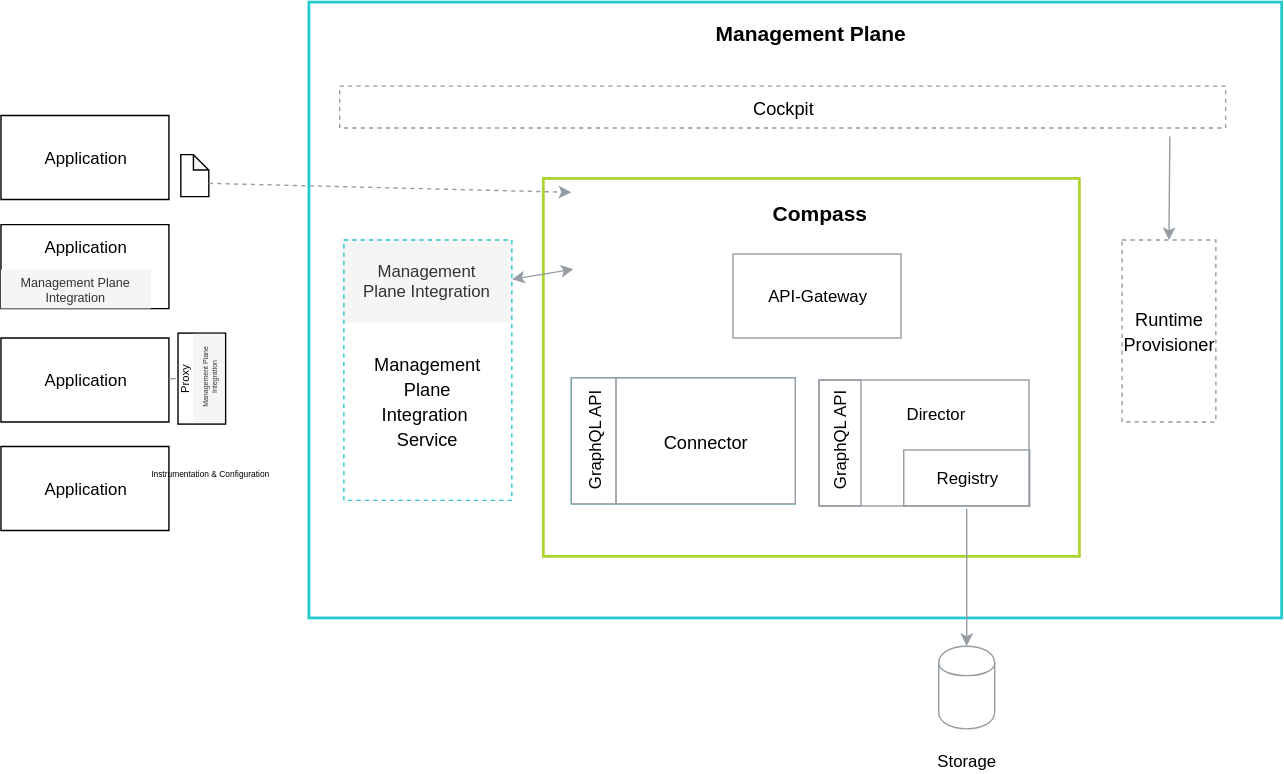
Earlier version of the draw.io export docs/compass/assets/components.svg (kyma-project/kyma). Source tidied: cells renumbered, new cells last; positions are measured from the earlier drawing's top-left corner, leaving out a move shared by most shapes.
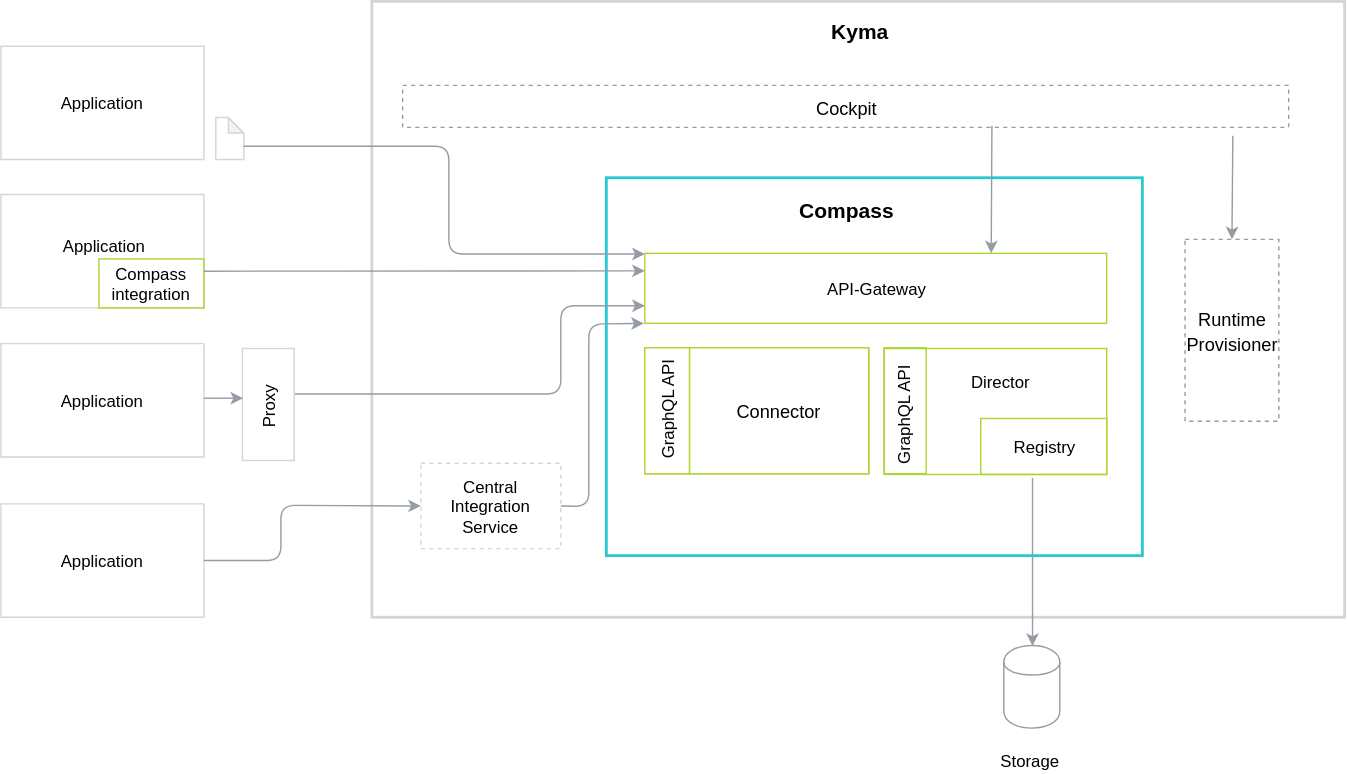
After the change.

Commit message:
Update components description

The edit, as a diff of the source:
```diff
@@ -2,116 +2,148 @@
   <root>
     <mxCell id="0" />
     <mxCell id="1" parent="0" />
-    <mxCell id="2" style="rounded=0;whiteSpace=wrap;html=1;labelBackgroundColor=none;strokeColor=#24CACC;strokeWidth=2;fillColor=#FFFFFF;gradientColor=none;fontFamily=Helvetica;fontSize=15;fontColor=#000000;" parent="1" vertex="1">
-      <mxGeometry x="220" width="695" height="440" as="geometry" />
+    <mxCell id="2" style="rounded=0;whiteSpace=wrap;html=1;labelBackgroundColor=none;strokeColor=#D2D5D9;strokeWidth=2;fillColor=#FFFFFF;gradientColor=none;fontFamily=Helvetica;fontSize=15;fontColor=#000000;" parent="1" vertex="1">
+      <mxGeometry x="-140" y="-200.5" width="695" height="440" as="geometry" />
     </mxCell>
-    <mxCell id="3" value="Management&lt;br&gt;Plane Integration&lt;br&gt;" style="rounded=0;whiteSpace=wrap;html=1;fillColor=#f5f5f5;strokeColor=none;fontColor=#333333;" parent="1" vertex="1">
-      <mxGeometry x="243" y="169" width="123" height="60" as="geometry" />
-    </mxCell>
-    <mxCell id="4" style="rounded=0;whiteSpace=wrap;html=1;labelBackgroundColor=none;strokeColor=#ACD62F;strokeWidth=2;fillColor=#FFFFFF;gradientColor=none;fontFamily=Helvetica;fontSize=15;fontColor=#000000;" parent="1" vertex="1">
-      <mxGeometry x="387.5" y="126" width="383" height="270" as="geometry" />
+    <mxCell id="4" style="rounded=0;whiteSpace=wrap;html=1;labelBackgroundColor=none;strokeColor=#24CACC;strokeWidth=2;fillColor=#FFFFFF;gradientColor=none;fontFamily=Helvetica;fontSize=15;fontColor=#000000;" parent="1" vertex="1">
+      <mxGeometry x="27.5" y="-74.5" width="383" height="270" as="geometry" />
     </mxCell>
-    <mxCell id="5" style="group;strokeColor=#24CACC;" parent="1" vertex="1">
-      <mxGeometry x="407.5" y="268.5" width="160" height="90" as="geometry" />
+    <mxCell id="5" style="group;strokeColor=#ACD62F;" parent="1" vertex="1">
+      <mxGeometry x="55" y="47" width="160" height="90" as="geometry" />
     </mxCell>
-    <mxCell id="6" value="&lt;font style=&quot;font-size: 12px;&quot;&gt;GraphQL API&lt;br style=&quot;font-size: 12px;&quot;&gt;&lt;/font&gt;" style="rounded=0;whiteSpace=wrap;html=1;labelBackgroundColor=none;strokeColor=#959CA4;strokeWidth=1;fillColor=#FFFFFF;gradientColor=none;fontFamily=Helvetica;fontSize=12;fontColor=#000000;horizontal=0;" parent="5" vertex="1">
+    <mxCell id="6" value="&lt;font style=&quot;font-size: 12px;&quot;&gt;GraphQL API&lt;br style=&quot;font-size: 12px;&quot;&gt;&lt;/font&gt;" style="rounded=0;whiteSpace=wrap;html=1;labelBackgroundColor=none;strokeColor=#ACD62F;strokeWidth=1;fillColor=#FFFFFF;gradientColor=none;fontFamily=Helvetica;fontSize=12;fontColor=#000000;horizontal=0;" parent="5" vertex="1">
       <mxGeometry width="32" height="90" as="geometry" />
     </mxCell>
-    <mxCell id="7" value="&lt;font style=&quot;font-size: 13px&quot;&gt;Connector&lt;br&gt;&lt;/font&gt;" style="rounded=0;whiteSpace=wrap;html=1;labelBackgroundColor=none;strokeColor=#959CA4;strokeWidth=1;fillColor=#FFFFFF;gradientColor=none;fontFamily=Helvetica;fontSize=15;fontColor=#000000;" parent="5" vertex="1">
+    <mxCell id="7" value="&lt;font style=&quot;font-size: 13px&quot;&gt;Connector&lt;br&gt;&lt;/font&gt;" style="rounded=0;whiteSpace=wrap;html=1;labelBackgroundColor=none;strokeColor=#ACD62F;strokeWidth=1;fillColor=#FFFFFF;gradientColor=none;fontFamily=Helvetica;fontSize=15;fontColor=#000000;" parent="5" vertex="1">
       <mxGeometry x="32" width="128" height="90" as="geometry" />
     </mxCell>
     <mxCell id="8" value="&lt;b&gt;Compass&lt;br&gt;&lt;/b&gt;" style="text;html=1;strokeColor=none;fillColor=none;align=center;verticalAlign=middle;whiteSpace=wrap;rounded=0;labelBackgroundColor=none;fontFamily=Helvetica;fontSize=15;fontColor=#000000;" parent="1" vertex="1">
-      <mxGeometry x="479" y="132" width="211" height="37" as="geometry" />
+      <mxGeometry x="93" y="-70" width="211" height="37" as="geometry" />
     </mxCell>
     <mxCell id="9" style="group;" parent="1" vertex="1">
-      <mxGeometry x="670" y="460.2" width="40" height="91" as="geometry" />
+      <mxGeometry x="310" y="259.7" width="40" height="91" as="geometry" />
     </mxCell>
     <mxCell id="10" style="shape=cylinder;whiteSpace=wrap;html=1;boundedLbl=1;backgroundOutline=1;strokeColor=#959CA4;fontSize=15;fillColor=none;" parent="9" vertex="1">
-      <mxGeometry width="40" height="59" as="geometry" />
+      <mxGeometry x="1.5" width="40" height="59" as="geometry" />
     </mxCell>
     <mxCell id="11" value="&lt;font style=&quot;font-size: 12px&quot;&gt;Storage&lt;br&gt;&lt;/font&gt;" style="text;html=1;strokeColor=none;fillColor=none;align=center;verticalAlign=middle;whiteSpace=wrap;rounded=0;dashed=1;labelBackgroundColor=none;fontFamily=Helvetica;fontSize=15;fontColor=#000000;" parent="9" vertex="1">
       <mxGeometry y="71" width="40" height="20" as="geometry" />
     </mxCell>
     <mxCell id="12" value="&lt;font style=&quot;font-size: 13px&quot;&gt;Cockpit&lt;br&gt;&lt;/font&gt;" style="rounded=0;whiteSpace=wrap;html=1;labelBackgroundColor=none;strokeColor=#959CA4;strokeWidth=1;fillColor=#FFFFFF;gradientColor=none;fontFamily=Helvetica;fontSize=15;fontColor=#000000;dashed=1;" parent="1" vertex="1">
-      <mxGeometry x="242" y="60" width="633" height="30" as="geometry" />
+      <mxGeometry x="-118" y="-140.5" width="633" height="30" as="geometry" />
     </mxCell>
-    <mxCell id="13" value="&lt;b&gt;Management Plane&lt;br&gt;&lt;/b&gt;" style="text;html=1;strokeColor=none;fillColor=none;align=center;verticalAlign=middle;whiteSpace=wrap;rounded=0;labelBackgroundColor=none;fontFamily=Helvetica;fontSize=15;fontColor=#000000;" parent="1" vertex="1">
-      <mxGeometry x="510" y="3" width="138" height="37" as="geometry" />
+    <mxCell id="13" value="&lt;b&gt;Kyma&lt;br&gt;&lt;/b&gt;" style="text;html=1;strokeColor=none;fillColor=none;align=center;verticalAlign=middle;whiteSpace=wrap;rounded=0;labelBackgroundColor=none;fontFamily=Helvetica;fontSize=15;fontColor=#000000;" parent="1" vertex="1">
+      <mxGeometry x="138.5" y="-197.5" width="138" height="37" as="geometry" />
     </mxCell>
-    <mxCell id="14" style="edgeStyle=orthogonalEdgeStyle;jettySize=auto;html=1;entryX=0.5;entryY=0;entryDx=0;entryDy=0;startFill=0;strokeColor=#959CA4;strokeWidth=1;fontSize=15;exitX=0.703;exitY=1.022;exitDx=0;exitDy=0;exitPerimeter=0;" parent="1" edge="1" source="32" target="10">
-      <mxGeometry relative="1" as="geometry" />
+    <mxCell id="14" style="edgeStyle=orthogonalEdgeStyle;jettySize=auto;html=1;entryX=0.5;entryY=0;entryDx=0;entryDy=0;startFill=0;strokeColor=#959CA4;strokeWidth=1;fontSize=15;" parent="1" edge="1" target="10">
+      <mxGeometry relative="1" as="geometry">
+        <mxPoint x="332" y="139.5" as="sourcePoint" />
+        <Array as="points">
+          <mxPoint x="332" y="139.5" />
+        </Array>
+      </mxGeometry>
     </mxCell>
     <mxCell id="15" style="rounded=1;jettySize=auto;html=1;exitX=0.5;exitY=0;exitDx=0;exitDy=0;entryX=0.937;entryY=1.2;entryDx=0;entryDy=0;entryPerimeter=0;startArrow=classic;startFill=1;endArrow=none;endFill=0;strokeColor=#959CA4;" parent="1" edge="1" source="16" target="12">
       <mxGeometry relative="1" as="geometry" />
     </mxCell>
     <mxCell id="16" value="&lt;font style=&quot;font-size: 13px&quot;&gt;Runtime Provisioner&lt;br&gt;&lt;/font&gt;" style="rounded=0;whiteSpace=wrap;html=1;labelBackgroundColor=none;strokeColor=#959CA4;strokeWidth=1;fillColor=#FFFFFF;gradientColor=none;fontFamily=Helvetica;fontSize=15;fontColor=#000000;dashed=1;" parent="1" vertex="1">
-      <mxGeometry x="801" y="170" width="67" height="130" as="geometry" />
+      <mxGeometry x="441" y="-30.5" width="67" height="130" as="geometry" />
     </mxCell>
-    <mxCell id="17" value="Application" style="shape=parallelogram;perimeter=parallelogramPerimeter;whiteSpace=wrap;html=1;size=0;" parent="1" vertex="1">
-      <mxGeometry y="81" width="120" height="60" as="geometry" />
+    <mxCell id="17" value="Application" style="shape=parallelogram;perimeter=parallelogramPerimeter;whiteSpace=wrap;html=1;size=0;strokeColor=#D2D5D9;" parent="1" vertex="1">
+      <mxGeometry x="-405" y="-168.5" width="145" height="81" as="geometry" />
     </mxCell>
-    <mxCell id="18" value="Application" style="shape=parallelogram;perimeter=parallelogramPerimeter;whiteSpace=wrap;html=1;size=0;" parent="1" vertex="1">
-      <mxGeometry y="317.5" width="120" height="60" as="geometry" />
-    </mxCell>
-    <mxCell id="19" value="&lt;font style=&quot;font-size: 13px&quot;&gt;Management&lt;br&gt;Plane&lt;br&gt;Integration&amp;nbsp;&lt;br&gt;Service&lt;br&gt;&lt;/font&gt;" style="rounded=0;whiteSpace=wrap;html=1;labelBackgroundColor=none;strokeColor=#24CACC;strokeWidth=1;fillColor=none;gradientColor=none;fontFamily=Helvetica;fontSize=15;fontColor=#000000;dashed=1;spacingTop=43;" parent="1" vertex="1">
-      <mxGeometry x="245" y="170" width="120" height="186" as="geometry" />
-    </mxCell>
-    <mxCell id="20" value="Application" style="shape=parallelogram;perimeter=parallelogramPerimeter;whiteSpace=wrap;html=1;size=0;" parent="1" vertex="1">
-      <mxGeometry y="240" width="120" height="60" as="geometry" />
-    </mxCell>
-    <mxCell id="21" style="group;" parent="1" vertex="1">
-      <mxGeometry y="159" width="120" height="60" as="geometry" />
-    </mxCell>
-    <mxCell id="22" value="Application" style="shape=parallelogram;perimeter=parallelogramPerimeter;whiteSpace=wrap;html=1;spacingBottom=28;size=0;" parent="21" vertex="1">
-      <mxGeometry width="120" height="60" as="geometry" />
-    </mxCell>
-    <mxCell id="23" value="Management Plane Integration" style="shape=parallelogram;perimeter=parallelogramPerimeter;whiteSpace=wrap;html=1;fillColor=#f5f5f5;fontSize=9;size=0;strokeColor=none;fontColor=#333333;" parent="21" vertex="1">
-      <mxGeometry y="32" width="107" height="28" as="geometry" />
-    </mxCell>
-    <mxCell id="24" value="Proxy" style="rounded=0;whiteSpace=wrap;html=1;fillColor=none;fontSize=8;rotation=-90;labelPosition=center;verticalLabelPosition=middle;align=center;verticalAlign=middle;spacingBottom=25;" parent="1" vertex="1">
-      <mxGeometry x="111" y="252" width="65" height="34" as="geometry" />
-    </mxCell>
-    <mxCell id="25" value="Management Plane&lt;br style=&quot;font-size: 5px;&quot;&gt;Integration&lt;br style=&quot;font-size: 5px;&quot;&gt;" style="rounded=0;whiteSpace=wrap;html=1;fillColor=#f5f5f5;fontSize=5;strokeColor=none;fontColor=#333333;rotation=-90;" parent="1" vertex="1">
-      <mxGeometry x="117" y="257.5" width="63" height="22" as="geometry" />
-    </mxCell>
-    <mxCell id="26" style="endArrow=classic;startArrow=classic;html=1;strokeColor=#959CA4;fontSize=8;exitX=1.002;exitY=0.151;exitDx=0;exitDy=0;exitPerimeter=0;" parent="1" edge="1" source="19">
-      <mxGeometry relative="1" as="geometry">
-        <mxPoint x="409" y="190.8" as="targetPoint" />
-      </mxGeometry>
-    </mxCell>
-    <mxCell id="27" style="shape=note;whiteSpace=wrap;html=1;backgroundOutline=1;darkOpacity=0.05;fillColor=none;fontSize=8;size=11;" parent="1" vertex="1">
-      <mxGeometry x="128.5" y="109" width="20" height="30" as="geometry" />
+    <mxCell id="27" style="shape=note;whiteSpace=wrap;html=1;backgroundOutline=1;darkOpacity=0.05;fillColor=none;fontSize=8;size=11;strokeColor=#D2D5D9;" parent="1" vertex="1">
+      <mxGeometry x="-251.5" y="-117.5" width="20" height="30" as="geometry" />
     </mxCell>
-    <mxCell id="28" style="endArrow=classic;html=1;strokeColor=#959CA4;fontSize=8;entryX=-0.01;entryY=0.038;entryDx=0;entryDy=0;entryPerimeter=0;dashed=1;exitX=0;exitY=0;exitDx=20;exitDy=20.5;exitPerimeter=0;" parent="1" edge="1" source="27">
-      <mxGeometry relative="1" as="geometry">
-        <mxPoint x="407.4" y="135.9" as="targetPoint" />
-      </mxGeometry>
-    </mxCell>
-    <mxCell id="29" style="endArrow=none;startArrow=none;html=1;strokeColor=#959CA4;fontSize=8;startFill=0;endFill=0;" parent="1" edge="1" source="20">
-      <mxGeometry relative="1" as="geometry">
-        <mxPoint x="125" y="269" as="targetPoint" />
-      </mxGeometry>
-    </mxCell>
-    <mxCell id="30" value="Instrumentation &amp;amp; Configuration&lt;br style=&quot;font-size: 6px;&quot;&gt;" style="text;html=1;strokeColor=none;fillColor=none;align=center;verticalAlign=middle;whiteSpace=wrap;rounded=0;fontSize=6;" parent="1" vertex="1">
-      <mxGeometry x="73.5" y="327.5" width="150" height="20" as="geometry" />
-    </mxCell>
-    <mxCell id="31" value="API-Gateway" style="rounded=0;whiteSpace=wrap;html=1;strokeColor=#959CA4;fillColor=none;" parent="1" vertex="1">
-      <mxGeometry x="523" y="180" width="120" height="60" as="geometry" />
+    <mxCell id="31" value="API-Gateway" style="rounded=0;whiteSpace=wrap;html=1;strokeColor=#ACD62F;fillColor=none;" parent="1" vertex="1">
+      <mxGeometry x="55" y="-20.5" width="330" height="50" as="geometry" />
     </mxCell>
-    <mxCell id="32" style="rounded=0;whiteSpace=wrap;html=1;strokeColor=#959CA4;fillColor=none;" parent="1" vertex="1">
-      <mxGeometry x="584.5" y="270" width="150" height="90" as="geometry" />
+    <mxCell id="32" style="rounded=0;whiteSpace=wrap;html=1;strokeColor=#ACD62F;fillColor=none;" parent="1" vertex="1">
+      <mxGeometry x="226" y="47.5" width="159" height="90" as="geometry" />
     </mxCell>
-    <mxCell id="33" value="Registry" style="rounded=0;whiteSpace=wrap;html=1;strokeColor=#959CA4;fillColor=none;" parent="1" vertex="1">
-      <mxGeometry x="645" y="320" width="90" height="40" as="geometry" />
+    <mxCell id="33" value="Registry" style="rounded=0;whiteSpace=wrap;html=1;strokeColor=#ACD62F;fillColor=none;" parent="1" vertex="1">
+      <mxGeometry x="295" y="97.5" width="90" height="40" as="geometry" />
     </mxCell>
     <mxCell id="34" value="Director" style="text;html=1;strokeColor=none;fillColor=none;align=center;verticalAlign=middle;whiteSpace=wrap;rounded=0;" parent="1" vertex="1">
-      <mxGeometry x="648" y="283.5" width="40" height="20" as="geometry" />
+      <mxGeometry x="289.5" y="60.5" width="40" height="20" as="geometry" />
     </mxCell>
-    <mxCell id="35" style="rounded=0;whiteSpace=wrap;html=1;strokeColor=#959CA4;fillColor=none;rotation=0;" parent="1" vertex="1">
-      <mxGeometry x="584.5" y="270" width="30" height="90" as="geometry" />
+    <mxCell id="35" style="rounded=0;whiteSpace=wrap;html=1;strokeColor=#ACD62F;fillColor=none;rotation=0;" parent="1" vertex="1">
+      <mxGeometry x="226" y="47" width="30" height="90" as="geometry" />
     </mxCell>
     <mxCell id="36" value="GraphQL API" style="text;html=1;strokeColor=none;fillColor=none;align=center;verticalAlign=middle;whiteSpace=wrap;rounded=0;rotation=-90;" parent="1" vertex="1">
-      <mxGeometry x="558.5" y="303.5" width="80" height="20" as="geometry" />
+      <mxGeometry x="200" y="85.5" width="80" height="20" as="geometry" />
     </mxCell>
+    <mxCell id="37" value="Central Integration&lt;br&gt;Service" style="rounded=0;whiteSpace=wrap;html=1;strokeColor=#D2D5D9;strokeWidth=1;dashed=1;" parent="1" vertex="1">
+      <mxGeometry x="-105" y="129.5" width="100" height="61" as="geometry" />
+    </mxCell>
+    <mxCell id="38" style="shape=parallelogram;perimeter=parallelogramPerimeter;whiteSpace=wrap;html=1;size=0;strokeColor=#D2D5D9;" parent="1" vertex="1">
+      <mxGeometry x="-405" y="-62.5" width="145" height="81" as="geometry" />
+    </mxCell>
+    <mxCell id="39" value="Application" style="shape=parallelogram;perimeter=parallelogramPerimeter;whiteSpace=wrap;html=1;size=0;strokeColor=#D2D5D9;" parent="1" vertex="1">
+      <mxGeometry x="-405" y="44" width="145" height="81" as="geometry" />
+    </mxCell>
+    <mxCell id="40" value="Application" style="shape=parallelogram;perimeter=parallelogramPerimeter;whiteSpace=wrap;html=1;size=0;strokeColor=#D2D5D9;" parent="1" vertex="1">
+      <mxGeometry x="-405" y="158.5" width="145" height="81" as="geometry" />
+    </mxCell>
+    <mxCell id="41" value="Compass&lt;br&gt;integration" style="rounded=0;whiteSpace=wrap;html=1;strokeColor=#ACD62F;strokeWidth=1;fillColor=none;" parent="1" vertex="1">
+      <mxGeometry x="-335" y="-16.5" width="75" height="35" as="geometry" />
+    </mxCell>
+    <mxCell id="42" value="Application" style="text;html=1;strokeColor=none;fillColor=none;align=center;verticalAlign=middle;whiteSpace=wrap;rounded=0;" parent="1" vertex="1">
+      <mxGeometry x="-352.5" y="-36" width="40" height="20" as="geometry" />
+    </mxCell>
+    <mxCell id="43" style="rounded=0;whiteSpace=wrap;html=1;strokeColor=#D2D5D9;strokeWidth=1;fillColor=none;spacing=4;" parent="1" vertex="1">
+      <mxGeometry x="-232.5" y="47.5" width="37" height="80" as="geometry" />
+    </mxCell>
+    <mxCell id="24" value="Proxy" style="text;html=1;strokeColor=none;fillColor=none;align=center;verticalAlign=middle;whiteSpace=wrap;rounded=0;rotation=-90;" parent="1" vertex="1">
+      <mxGeometry x="-251.5" y="71" width="75" height="35" as="geometry" />
+    </mxCell>
+    <mxCell id="44" style="endArrow=classic;html=1;strokeColor=#959CA4;exitX=1;exitY=0.5;exitDx=0;exitDy=0;entryX=0;entryY=0.5;entryDx=0;entryDy=0;" parent="1" edge="1" source="40" target="37">
+      <mxGeometry relative="1" as="geometry">
+        <Array as="points">
+          <mxPoint x="-205" y="199" />
+          <mxPoint x="-205" y="159.5" />
+        </Array>
+      </mxGeometry>
+    </mxCell>
+    <mxCell id="45" style="endArrow=classic;html=1;strokeColor=#959CA4;exitX=0;exitY=0;exitDx=20;exitDy=20.5;exitPerimeter=0;" parent="1" edge="1" source="27">
+      <mxGeometry relative="1" as="geometry">
+        <mxPoint x="55" y="-20" as="targetPoint" />
+        <Array as="points">
+          <mxPoint x="-85" y="-97" />
+          <mxPoint x="-85" y="-20" />
+        </Array>
+      </mxGeometry>
+    </mxCell>
+    <mxCell id="46" style="endArrow=classic;html=1;strokeColor=#959CA4;exitX=1;exitY=0.25;exitDx=0;exitDy=0;entryX=0;entryY=0.25;entryDx=0;entryDy=0;" parent="1" edge="1" source="41" target="31">
+      <mxGeometry relative="1" as="geometry" />
+    </mxCell>
+    <mxCell id="47" style="endArrow=classic;html=1;strokeColor=#959CA4;entryX=0;entryY=0.75;entryDx=0;entryDy=0;" parent="1" edge="1" target="31">
+      <mxGeometry relative="1" as="geometry">
+        <mxPoint x="-195" y="80" as="sourcePoint" />
+        <Array as="points">
+          <mxPoint x="-5" y="80" />
+          <mxPoint x="-5" y="17" />
+        </Array>
+      </mxGeometry>
+    </mxCell>
+    <mxCell id="48" style="endArrow=classic;html=1;strokeColor=#959CA4;exitX=1;exitY=0.5;exitDx=0;exitDy=0;entryX=-0.002;entryY=1.001;entryDx=0;entryDy=0;entryPerimeter=0;" parent="1" edge="1" source="37" target="31">
+      <mxGeometry relative="1" as="geometry">
+        <Array as="points">
+          <mxPoint x="15" y="160.5" />
+          <mxPoint x="15" y="30" />
+        </Array>
+      </mxGeometry>
+    </mxCell>
+    <mxCell id="49" style="endArrow=classic;html=1;strokeColor=#959CA4;entryX=0.75;entryY=0;entryDx=0;entryDy=0;" parent="1" edge="1" target="31">
+      <mxGeometry relative="1" as="geometry">
+        <mxPoint x="303" y="-111.5" as="sourcePoint" />
+      </mxGeometry>
+    </mxCell>
+    <mxCell id="50" style="endArrow=classic;html=1;strokeColor=#959CA4;" parent="1" edge="1">
+      <mxGeometry relative="1" as="geometry">
+        <mxPoint x="-260" y="83" as="sourcePoint" />
+        <mxPoint x="-232" y="83" as="targetPoint" />
+      </mxGeometry>
+    </mxCell>
   </root>
 </mxGraphModel>
```
